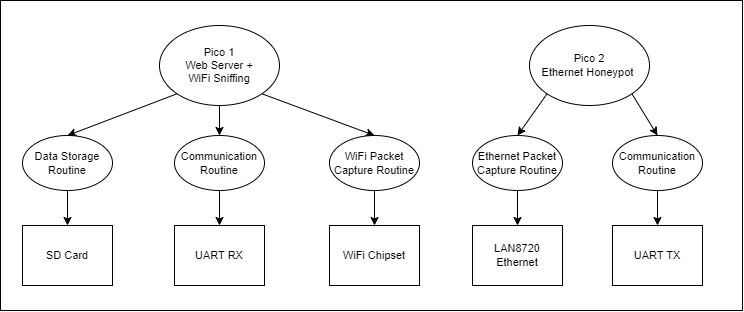
Earlier version of the draw.io export Block Diagram.png (TARZH3N/pico-team20). Source tidied: cells renumbered, new cells last; positions are measured from the earlier drawing's top-left corner, leaving out a move shared by most shapes.
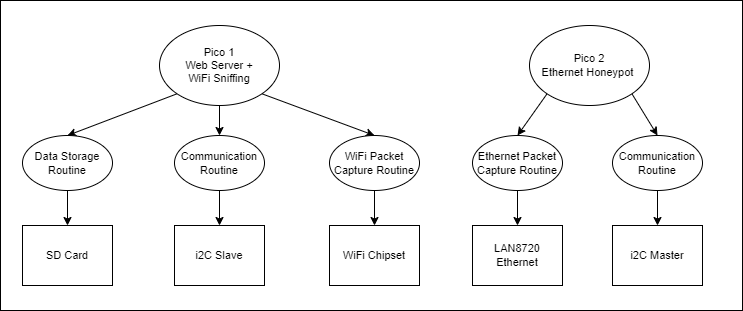
After the commit.

Change to the diagram source:
```diff
@@ -17,7 +17,7 @@
     <mxCell id="6" value="Pico 1&lt;br&gt;Web Server + &lt;br&gt;WiFi Sniffing" style="ellipse;whiteSpace=wrap;html=1;fontSize=11;" parent="1" vertex="1">
       <mxGeometry x="159" y="25" width="120" height="80" as="geometry" />
     </mxCell>
-    <mxCell id="7" value="UART RX" style="rounded=0;whiteSpace=wrap;html=1;fontSize=11;" parent="1" vertex="1">
+    <mxCell id="7" value="i2C Slave" style="rounded=0;whiteSpace=wrap;html=1;fontSize=11;" parent="1" vertex="1">
       <mxGeometry x="174" y="225" width="90" height="60" as="geometry" />
     </mxCell>
     <mxCell id="8" value="SD Card" style="rounded=0;whiteSpace=wrap;html=1;fontSize=11;" parent="1" vertex="1">
@@ -56,7 +56,7 @@
     <mxCell id="19" value="LAN8720 Ethernet" style="rounded=0;whiteSpace=wrap;html=1;fontSize=11;" parent="1" vertex="1">
       <mxGeometry x="472" y="225" width="90" height="60" as="geometry" />
     </mxCell>
-    <mxCell id="20" value="UART TX" style="rounded=0;whiteSpace=wrap;html=1;fontSize=11;" parent="1" vertex="1">
+    <mxCell id="20" value="i2C Master" style="rounded=0;whiteSpace=wrap;html=1;fontSize=11;" parent="1" vertex="1">
       <mxGeometry x="612" y="225" width="90" height="60" as="geometry" />
     </mxCell>
     <mxCell id="21" style="edgeStyle=orthogonalEdgeStyle;rounded=0;jettySize=auto;html=1;exitX=0.5;exitY=1;exitDx=0;exitDy=0;entryX=0.5;entryY=0;entryDx=0;entryDy=0;fontSize=11;" parent="1" edge="1" source="22" target="19">
```
